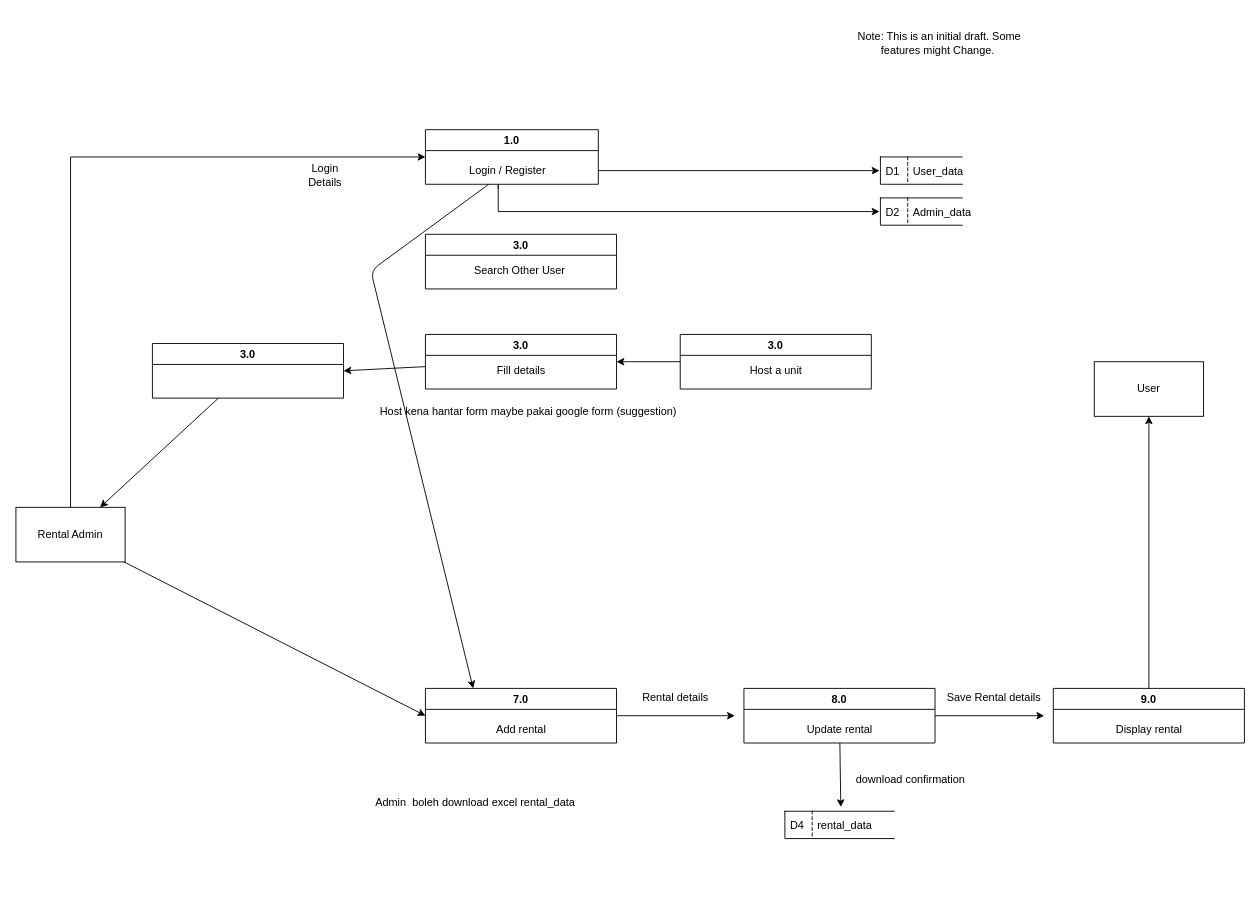
Above: DFD FYP/DFD FYP.drawio in SNOW15782/Fyp (draw.io), before the change. Source tidied: cells renumbered, new cells numbered last; positions are measured from the earlier drawing's top-left corner, leaving out a move shared by most shapes. Both pictures are drawn from the tidied source at 91%, with x=0, y=0 at pixel (15, 15).
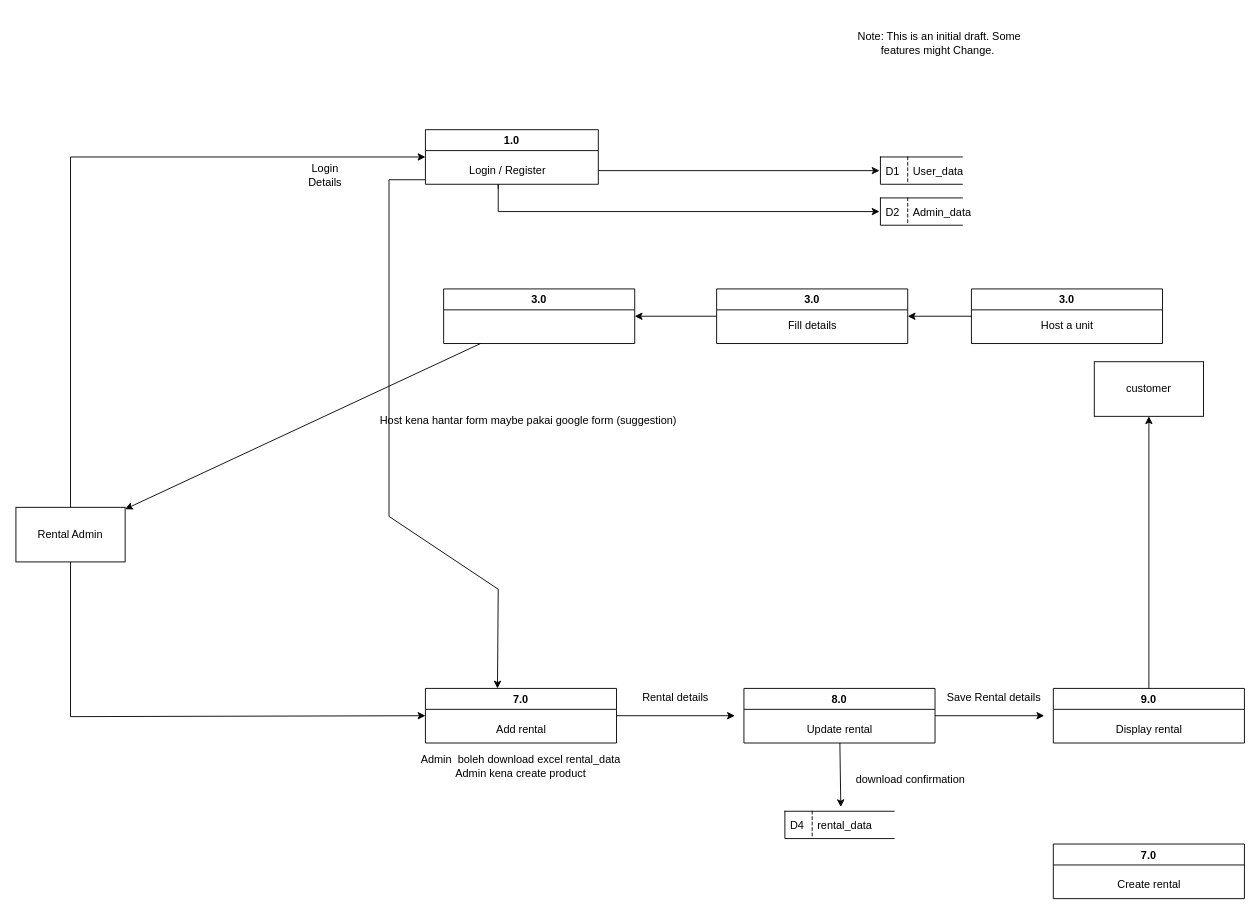
The same page after the edit.

Unchanged cells that the change refers to:
```xml
<mxCell id="4" value="Rental Admin" style="rounded=0;whiteSpace=wrap;html=1;" parent="1" vertex="1">
  <mxGeometry y="540" width="120" height="60" as="geometry" />
</mxCell>
<mxCell id="6" value="Login / Register" style="text;html=1;align=center;verticalAlign=middle;points=[];strokeColor=none;fillColor=none;rotation=0;" parent="5" vertex="1">
  <mxGeometry x="35" y="30" width="110" height="30" as="geometry" />
</mxCell>
<mxCell id="24" value="7.0" style="swimlane;startSize=23;" parent="1" vertex="1">
  <mxGeometry x="450" y="739" width="210" height="60" as="geometry" />
</mxCell>
```

The edit, as a diff of the source:
```diff
@@
-    <mxCell id="3" style="edgeStyle=none;html=1;entryX=0;entryY=0.5;entryDx=0;entryDy=0;" parent="1" edge="1" source="4" target="24">
-      <mxGeometry relative="1" as="geometry" />
+    <mxCell id="3" style="edgeStyle=none;html=1;entryX=0;entryY=0.5;entryDx=0;entryDy=0;rounded=0;" parent="1" edge="1" source="4" target="24">
+      <mxGeometry relative="1" as="geometry">
+        <Array as="points">
+          <mxPoint x="60" y="770" />
+        </Array>
+      </mxGeometry>
     </mxCell>
@@
     <mxCell id="15" value="3.0" style="swimlane;startSize=23;" parent="1" vertex="1">
-      <mxGeometry x="150" y="360" width="210" height="60" as="geometry" />
+      <mxGeometry x="470" y="300" width="210" height="60" as="geometry" />
     </mxCell>
@@
-    <mxCell id="17" style="group;" parent="1" vertex="1">
-      <mxGeometry x="450" y="240" width="210" height="60" as="geometry" />
-    </mxCell>
-    <mxCell id="18" value="3.0" style="swimlane;startSize=23;" parent="17" vertex="1">
-      <mxGeometry width="210" height="60" as="geometry" />
-    </mxCell>
-    <mxCell id="19" value="Search Other User&amp;nbsp;" style="text;html=1;align=center;verticalAlign=middle;strokeColor=none;fillColor=none;" parent="18" vertex="1">
-      <mxGeometry x="40" y="25" width="130" height="30" as="geometry" />
-    </mxCell>
@@
-    <mxCell id="34" value="User" style="rounded=0;whiteSpace=wrap;html=1;" parent="1" vertex="1">
+    <mxCell id="34" value="customer" style="rounded=0;whiteSpace=wrap;html=1;" parent="1" vertex="1">
       <mxGeometry x="1185" y="380" width="120" height="60" as="geometry" />
     </mxCell>
-    <mxCell id="35" value="Admin&amp;nbsp; boleh download excel rental_data" style="text;strokeColor=none;align=center;fillColor=none;html=1;verticalAlign=middle;whiteSpace=wrap;rounded=0;" parent="1" vertex="1">
-      <mxGeometry x="300" y="850" width="410" height="30" as="geometry" />
+    <mxCell id="35" value="Admin&amp;nbsp; boleh download excel rental_data&lt;br&gt;Admin kena create product" style="text;strokeColor=none;align=center;fillColor=none;html=1;verticalAlign=middle;whiteSpace=wrap;rounded=0;" parent="1" vertex="1">
+      <mxGeometry x="350" y="810" width="410" height="30" as="geometry" />
     </mxCell>
@@
-    <mxCell id="37" style="edgeStyle=none;html=1;entryX=0.25;entryY=0;entryDx=0;entryDy=0;" parent="1" edge="1" source="6" target="24">
+    <mxCell id="37" style="edgeStyle=none;html=1;rounded=0;entryX=0.377;entryY=0.001;entryDx=0;entryDy=0;entryPerimeter=0;" parent="1" edge="1" target="24">
       <mxGeometry relative="1" as="geometry">
+        <mxPoint x="450" y="180" as="sourcePoint" />
         <Array as="points">
-          <mxPoint x="390" y="280" />
+          <mxPoint x="410" y="180" />
+          <mxPoint x="410" y="550" />
+          <mxPoint x="530" y="630" />
         </Array>
       </mxGeometry>
     </mxCell>
@@
     <mxCell id="39" style="group;" parent="1" vertex="1">
-      <mxGeometry x="730" y="350" width="210" height="60" as="geometry" />
+      <mxGeometry x="1050" y="300" width="210" height="60" as="geometry" />
     </mxCell>
@@
     <mxCell id="42" style="group;" parent="1" vertex="1">
-      <mxGeometry x="450" y="350" width="210" height="60" as="geometry" />
+      <mxGeometry x="770" y="300" width="210" height="60" as="geometry" />
     </mxCell>
@@
     <mxCell id="47" value="Host kena hantar form maybe pakai google form (suggestion)&amp;nbsp;" style="text;strokeColor=none;align=center;fillColor=none;html=1;verticalAlign=middle;whiteSpace=wrap;rounded=0;" parent="1" vertex="1">
-      <mxGeometry x="360" y="420" width="410" height="30" as="geometry" />
+      <mxGeometry x="360" y="430" width="410" height="30" as="geometry" />
     </mxCell>
+    <mxCell id="48" value="7.0" style="swimlane;startSize=23;" parent="1" vertex="1">
+      <mxGeometry x="1140" y="910" width="210" height="60" as="geometry" />
+    </mxCell>
+    <mxCell id="49" value="Create rental" style="text;html=1;align=center;verticalAlign=middle;strokeColor=none;fillColor=none;" parent="48" vertex="1">
+      <mxGeometry x="60" y="30" width="90" height="30" as="geometry" />
+    </mxCell>
```
